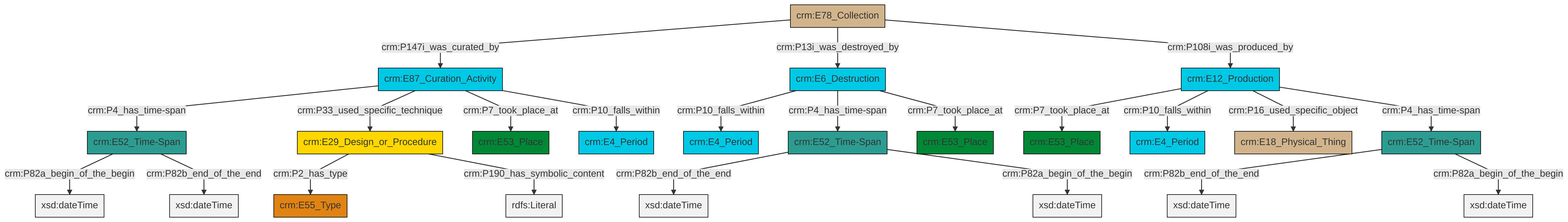
Above: et/archivalCSV/ttl/mmd/png/archival_existence.png in swiss-art-research-net/docs.swissartresearch (Mermaid), before the change. Its source is kept beside it as et/archivalCSV/ttl/mmd/archival_existence.ttl.mmd.
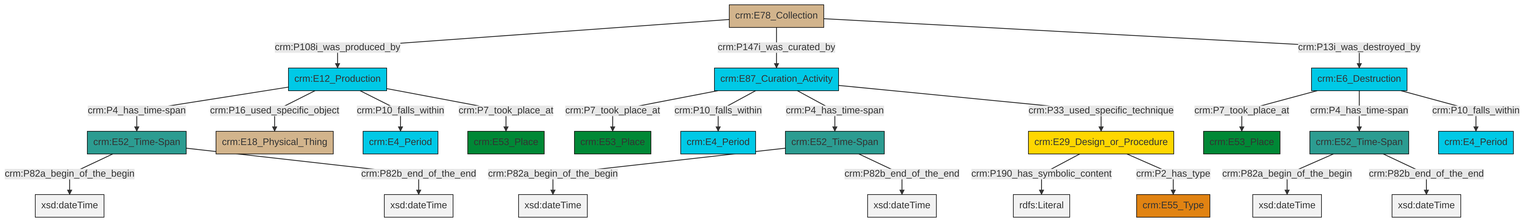
Above is the later version.

Change to the diagram source:
```diff
@@ -13,25 +13,25 @@
 classDef PC_Classes fill:#4ce600, stroke:#000000;
 classDef Multi fill:#cccccc,stroke:#000000;
 
-0["crm:E12_Production"]:::Temporal_Entity -->|crm:P7_took_place_at| 1["crm:E53_Place"]:::Place
-2["crm:E29_Design_or_Procedure"]:::Conceptual_Object -->|crm:P2_has_type| 3["crm:E55_Type"]:::Type
-6["crm:E87_Curation_Activity"]:::Temporal_Entity -->|crm:P4_has_time-span| 7["crm:E52_Time-Span"]:::Time-Span
-14["crm:E6_Destruction"]:::Temporal_Entity -->|crm:P10_falls_within| 15["crm:E4_Period"]:::Temporal_Entity
-0["crm:E12_Production"]:::Temporal_Entity -->|crm:P10_falls_within| 17["crm:E4_Period"]:::Temporal_Entity
-14["crm:E6_Destruction"]:::Temporal_Entity -->|crm:P4_has_time-span| 18["crm:E52_Time-Span"]:::Time-Span
-10["crm:E78_Collection"]:::Physical_Thing -->|crm:P147i_was_curated_by| 6["crm:E87_Curation_Activity"]:::Temporal_Entity
-6["crm:E87_Curation_Activity"]:::Temporal_Entity -->|crm:P33_used_specific_technique| 2["crm:E29_Design_or_Procedure"]:::Conceptual_Object
-0["crm:E12_Production"]:::Temporal_Entity -->|crm:P16_used_specific_object| 4["crm:E18_Physical_Thing"]:::Physical_Thing
-18["crm:E52_Time-Span"]:::Time-Span -->|crm:P82b_end_of_the_end| 20[xsd:dateTime]:::Literal
-21["crm:E52_Time-Span"]:::Time-Span -->|crm:P82b_end_of_the_end| 22[xsd:dateTime]:::Literal
-21["crm:E52_Time-Span"]:::Time-Span -->|crm:P82a_begin_of_the_begin| 23[xsd:dateTime]:::Literal
-18["crm:E52_Time-Span"]:::Time-Span -->|crm:P82a_begin_of_the_begin| 29[xsd:dateTime]:::Literal
-10["crm:E78_Collection"]:::Physical_Thing -->|crm:P13i_was_destroyed_by| 14["crm:E6_Destruction"]:::Temporal_Entity
-6["crm:E87_Curation_Activity"]:::Temporal_Entity -->|crm:P7_took_place_at| 8["crm:E53_Place"]:::Place
-2["crm:E29_Design_or_Procedure"]:::Conceptual_Object -->|crm:P190_has_symbolic_content| 31[rdfs:Literal]:::Literal
-14["crm:E6_Destruction"]:::Temporal_Entity -->|crm:P7_took_place_at| 32["crm:E53_Place"]:::Place
-10["crm:E78_Collection"]:::Physical_Thing -->|crm:P108i_was_produced_by| 0["crm:E12_Production"]:::Temporal_Entity
-7["crm:E52_Time-Span"]:::Time-Span -->|crm:P82a_begin_of_the_begin| 35[xsd:dateTime]:::Literal
-0["crm:E12_Production"]:::Temporal_Entity -->|crm:P4_has_time-span| 21["crm:E52_Time-Span"]:::Time-Span
-6["crm:E87_Curation_Activity"]:::Temporal_Entity -->|crm:P10_falls_within| 12["crm:E4_Period"]:::Temporal_Entity
-7["crm:E52_Time-Span"]:::Time-Span -->|crm:P82b_end_of_the_end| 37[xsd:dateTime]:::Literal
+0["crm:E78_Collection"]:::Physical_Thing -->|crm:P108i_was_produced_by| 1["crm:E12_Production"]:::Temporal_Entity
+2["crm:E29_Design_or_Procedure"]:::Conceptual_Object -->|crm:P190_has_symbolic_content| 3[rdfs:Literal]:::Literal
+0["crm:E78_Collection"]:::Physical_Thing -->|crm:P147i_was_curated_by| 4["crm:E87_Curation_Activity"]:::Temporal_Entity
+1["crm:E12_Production"]:::Temporal_Entity -->|crm:P4_has_time-span| 5["crm:E52_Time-Span"]:::Time-Span
+10["crm:E6_Destruction"]:::Temporal_Entity -->|crm:P7_took_place_at| 11["crm:E53_Place"]:::Place
+4["crm:E87_Curation_Activity"]:::Temporal_Entity -->|crm:P7_took_place_at| 15["crm:E53_Place"]:::Place
+8["crm:E52_Time-Span"]:::Time-Span -->|crm:P82a_begin_of_the_begin| 18[xsd:dateTime]:::Literal
+10["crm:E6_Destruction"]:::Temporal_Entity -->|crm:P4_has_time-span| 8["crm:E52_Time-Span"]:::Time-Span
+5["crm:E52_Time-Span"]:::Time-Span -->|crm:P82a_begin_of_the_begin| 19[xsd:dateTime]:::Literal
+4["crm:E87_Curation_Activity"]:::Temporal_Entity -->|crm:P10_falls_within| 20["crm:E4_Period"]:::Temporal_Entity
+1["crm:E12_Production"]:::Temporal_Entity -->|crm:P16_used_specific_object| 21["crm:E18_Physical_Thing"]:::Physical_Thing
+22["crm:E52_Time-Span"]:::Time-Span -->|crm:P82a_begin_of_the_begin| 23[xsd:dateTime]:::Literal
+1["crm:E12_Production"]:::Temporal_Entity -->|crm:P10_falls_within| 6["crm:E4_Period"]:::Temporal_Entity
+5["crm:E52_Time-Span"]:::Time-Span -->|crm:P82b_end_of_the_end| 28[xsd:dateTime]:::Literal
+10["crm:E6_Destruction"]:::Temporal_Entity -->|crm:P10_falls_within| 29["crm:E4_Period"]:::Temporal_Entity
+8["crm:E52_Time-Span"]:::Time-Span -->|crm:P82b_end_of_the_end| 31[xsd:dateTime]:::Literal
+0["crm:E78_Collection"]:::Physical_Thing -->|crm:P13i_was_destroyed_by| 10["crm:E6_Destruction"]:::Temporal_Entity
+22["crm:E52_Time-Span"]:::Time-Span -->|crm:P82b_end_of_the_end| 34[xsd:dateTime]:::Literal
+4["crm:E87_Curation_Activity"]:::Temporal_Entity -->|crm:P4_has_time-span| 22["crm:E52_Time-Span"]:::Time-Span
+1["crm:E12_Production"]:::Temporal_Entity -->|crm:P7_took_place_at| 13["crm:E53_Place"]:::Place
+4["crm:E87_Curation_Activity"]:::Temporal_Entity -->|crm:P33_used_specific_technique| 2["crm:E29_Design_or_Procedure"]:::Conceptual_Object
+2["crm:E29_Design_or_Procedure"]:::Conceptual_Object -->|crm:P2_has_type| 24["crm:E55_Type"]:::Type
```
